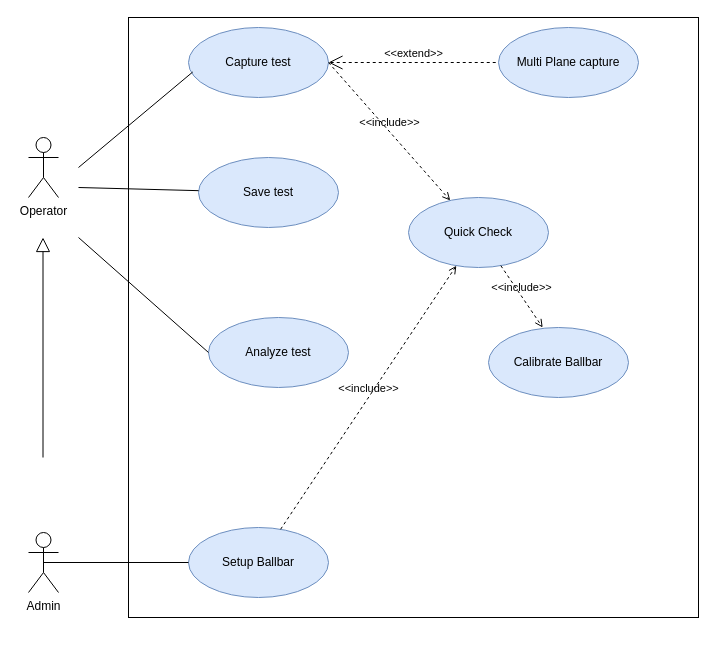
This is page "Use-Case Diagram" (2 of 4) of Caesar/Caesar Architecture.drawio from AmolSJawalkar/DrawIO, a draw.io file, before an edit. Source tidied: cells renumbered, new cells numbered last; positions are measured from the earlier drawing's top-left corner, leaving out a move shared by most shapes. Both pictures are drawn from the tidied source at 100%, with x=0, y=0 at pixel (28, 17).
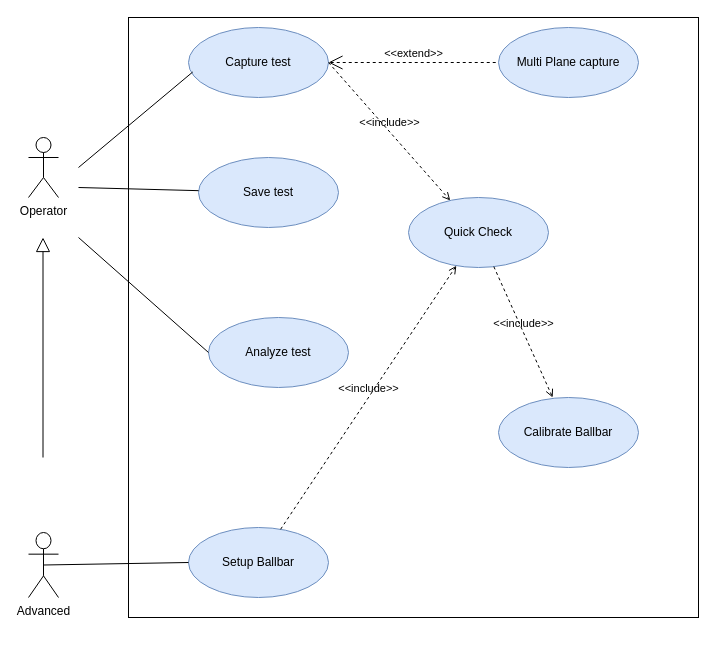
The same page after the edit.

Diff of the diagram source:
```diff
@@
     <mxCell id="6" value="Calibrate Ballbar" style="ellipse;whiteSpace=wrap;html=1;fillColor=#dae8fc;strokeColor=#6c8ebf;" parent="1" vertex="1">
-      <mxGeometry x="460" y="310" width="140" height="70" as="geometry" />
+      <mxGeometry x="470" y="380" width="140" height="70" as="geometry" />
     </mxCell>
@@
-    <mxCell id="13" value="Admin" style="shape=umlActor;html=1;verticalLabelPosition=bottom;verticalAlign=top;align=center;" parent="1" vertex="1">
-      <mxGeometry y="515" width="30" height="60" as="geometry" />
+    <mxCell id="13" value="Advanced&lt;div&gt;&lt;br&gt;&lt;/div&gt;" style="shape=umlActor;html=1;verticalLabelPosition=bottom;verticalAlign=top;align=center;" parent="1" vertex="1">
+      <mxGeometry y="515" width="30" height="65" as="geometry" />
     </mxCell>
```
